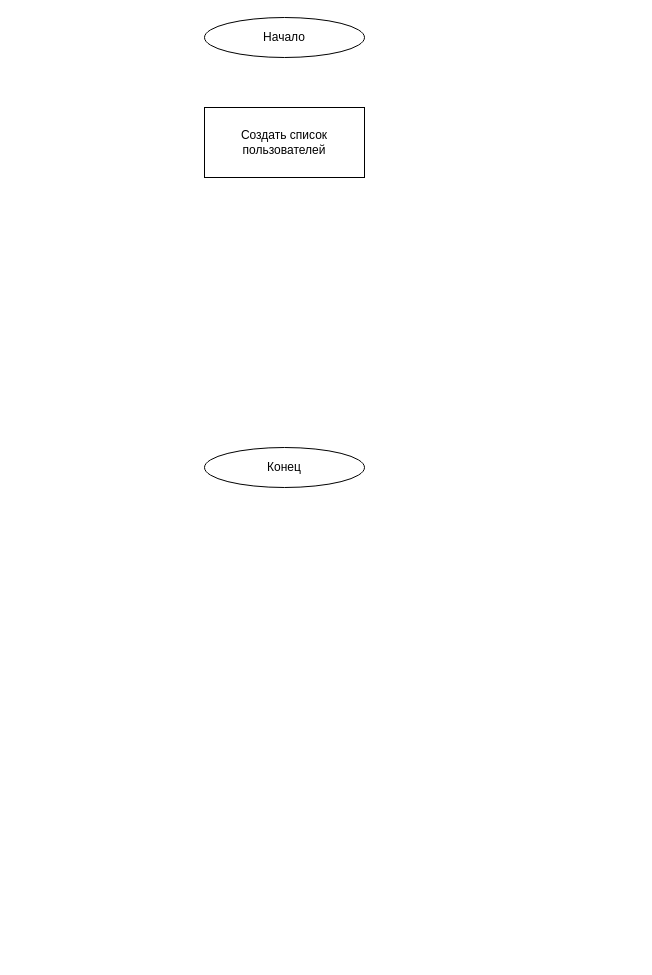
olgasenina/Unit12 keeps this draw.io diagram as Unit12/UserListDiagram.drawio. Above is the earlier version. Source tidied: cells renumbered, new cells numbered last; positions are measured from the earlier drawing's top-left corner, leaving out a move shared by most shapes. Both pictures are drawn from the tidied source at 100%, with x=0, y=0 at pixel (204, 17).
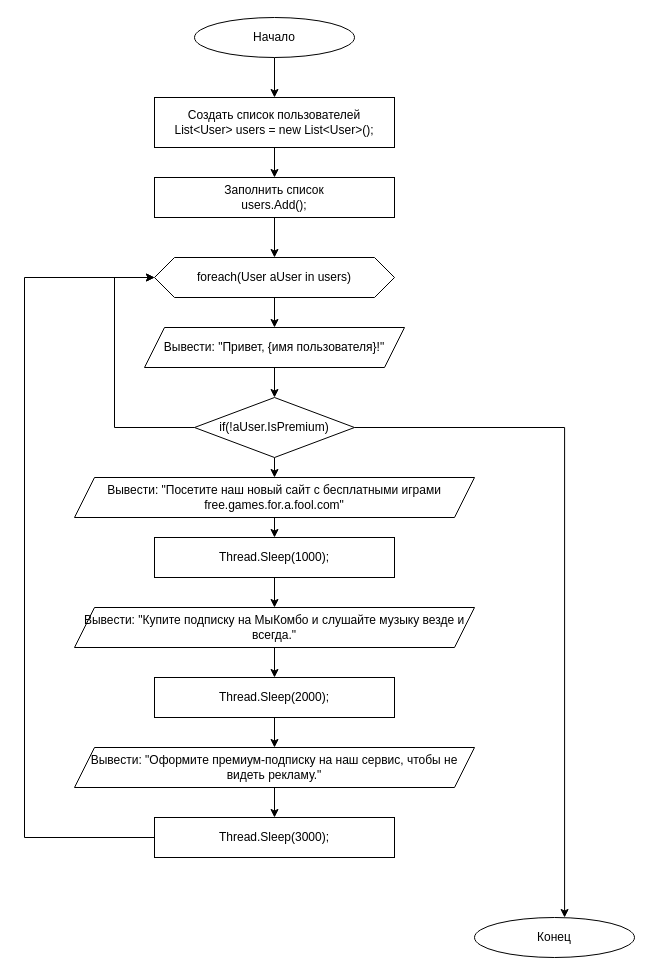
After the change.

The edit, as a diff of the source:
```diff
@@
+    <mxCell id="5" style="edgeStyle=orthogonalEdgeStyle;rounded=0;jettySize=auto;html=1;exitX=0.5;exitY=1;exitDx=0;exitDy=0;entryX=0.5;entryY=0;entryDx=0;entryDy=0;" parent="1" edge="1" source="2" target="4">
+      <mxGeometry relative="1" as="geometry" />
+    </mxCell>
     <mxCell id="2" value="Начало" style="ellipse;whiteSpace=wrap;html=1;" parent="1" vertex="1">
-      <mxGeometry width="160" height="40" as="geometry" />
+      <mxGeometry x="-10" width="160" height="40" as="geometry" />
     </mxCell>
     <mxCell id="3" value="Конец" style="ellipse;whiteSpace=wrap;html=1;" parent="1" vertex="1">
-      <mxGeometry y="430" width="160" height="40" as="geometry" />
+      <mxGeometry x="270" y="900" width="160" height="40" as="geometry" />
     </mxCell>
+    <mxCell id="6" style="edgeStyle=orthogonalEdgeStyle;rounded=0;jettySize=auto;html=1;exitX=0.5;exitY=1;exitDx=0;exitDy=0;entryX=0.5;entryY=0;entryDx=0;entryDy=0;" parent="1" edge="1" source="4" target="8">
+      <mxGeometry relative="1" as="geometry" />
+    </mxCell>
-    <mxCell id="4" value="Создать список пользователей" style="rounded=0;whiteSpace=wrap;html=1;" parent="1" vertex="1">
-      <mxGeometry y="90" width="160" height="70" as="geometry" />
+    <mxCell id="4" value="&lt;div&gt;Создать список пользователей&lt;/div&gt;&lt;div&gt;List&amp;lt;User&amp;gt; users = new List&amp;lt;User&amp;gt;();&lt;/div&gt;" style="rounded=0;whiteSpace=wrap;html=1;" parent="1" vertex="1">
+      <mxGeometry x="-50" y="80" width="240" height="50" as="geometry" />
     </mxCell>
+    <mxCell id="7" style="edgeStyle=orthogonalEdgeStyle;rounded=0;jettySize=auto;html=1;exitX=0.5;exitY=1;exitDx=0;exitDy=0;entryX=0.5;entryY=0;entryDx=0;entryDy=0;" parent="1" edge="1" source="8" target="10">
+      <mxGeometry relative="1" as="geometry" />
+    </mxCell>
+    <mxCell id="8" value="&lt;div&gt;Заполнить список&lt;/div&gt;&lt;div&gt;users.Add();&lt;/div&gt;" style="rounded=0;whiteSpace=wrap;html=1;" parent="1" vertex="1">
+      <mxGeometry x="-50" y="160" width="240" height="40" as="geometry" />
+    </mxCell>
+    <mxCell id="9" style="edgeStyle=orthogonalEdgeStyle;rounded=0;jettySize=auto;html=1;exitX=0.5;exitY=1;exitDx=0;exitDy=0;entryX=0.5;entryY=0;entryDx=0;entryDy=0;" parent="1" edge="1" source="10" target="11">
+      <mxGeometry relative="1" as="geometry" />
+    </mxCell>
+    <mxCell id="10" value="foreach(User aUser in users)" style="shape=hexagon;perimeter=hexagonPerimeter2;whiteSpace=wrap;html=1;fixedSize=1;" parent="1" vertex="1">
+      <mxGeometry x="-50" y="240" width="240" height="40" as="geometry" />
+    </mxCell>
+    <mxCell id="11" value="Вывести: &quot;Привет, {имя пользователя}!&quot;" style="shape=parallelogram;perimeter=parallelogramPerimeter;whiteSpace=wrap;html=1;fixedSize=1;" parent="1" vertex="1">
+      <mxGeometry x="-60" y="310" width="260" height="40" as="geometry" />
+    </mxCell>
+    <mxCell id="12" style="edgeStyle=orthogonalEdgeStyle;rounded=0;jettySize=auto;html=1;exitX=0.5;exitY=1;exitDx=0;exitDy=0;entryX=0.5;entryY=0;entryDx=0;entryDy=0;" parent="1" edge="1" source="15" target="24">
+      <mxGeometry relative="1" as="geometry" />
+    </mxCell>
+    <mxCell id="13" style="edgeStyle=orthogonalEdgeStyle;rounded=0;jettySize=auto;html=1;exitX=0;exitY=0.5;exitDx=0;exitDy=0;entryX=0;entryY=0.5;entryDx=0;entryDy=0;" parent="1" edge="1" source="15" target="10">
+      <mxGeometry relative="1" as="geometry">
+        <Array as="points">
+          <mxPoint x="-90" y="410" />
+          <mxPoint x="-90" y="260" />
+        </Array>
+      </mxGeometry>
+    </mxCell>
+    <mxCell id="14" style="edgeStyle=orthogonalEdgeStyle;rounded=0;jettySize=auto;html=1;exitX=1;exitY=0.5;exitDx=0;exitDy=0;entryX=0.563;entryY=0;entryDx=0;entryDy=0;entryPerimeter=0;" parent="1" edge="1" source="15" target="3">
+      <mxGeometry relative="1" as="geometry" />
+    </mxCell>
+    <mxCell id="15" value="if(!aUser.IsPremium)" style="rhombus;whiteSpace=wrap;html=1;" parent="1" vertex="1">
+      <mxGeometry x="-10" y="380" width="160" height="60" as="geometry" />
+    </mxCell>
+    <mxCell id="16" style="endArrow=classic;html=1;rounded=0;entryX=0.5;entryY=0;entryDx=0;entryDy=0;exitX=0.5;exitY=1;exitDx=0;exitDy=0;" parent="1" edge="1" source="11" target="15">
+      <mxGeometry relative="1" as="geometry" />
+    </mxCell>
+    <mxCell id="17" style="edgeStyle=orthogonalEdgeStyle;rounded=0;jettySize=auto;html=1;exitX=0.5;exitY=1;exitDx=0;exitDy=0;entryX=0.5;entryY=0;entryDx=0;entryDy=0;" parent="1" edge="1" source="18" target="26">
+      <mxGeometry relative="1" as="geometry" />
+    </mxCell>
+    <mxCell id="18" value="Thread.Sleep(1000);" style="rounded=0;whiteSpace=wrap;html=1;" parent="1" vertex="1">
+      <mxGeometry x="-50" y="520" width="240" height="40" as="geometry" />
+    </mxCell>
+    <mxCell id="19" style="edgeStyle=orthogonalEdgeStyle;rounded=0;jettySize=auto;html=1;exitX=0.5;exitY=1;exitDx=0;exitDy=0;entryX=0.5;entryY=0;entryDx=0;entryDy=0;" parent="1" edge="1" source="20" target="28">
+      <mxGeometry relative="1" as="geometry" />
+    </mxCell>
+    <mxCell id="20" value="Thread.Sleep(2000);" style="rounded=0;whiteSpace=wrap;html=1;" parent="1" vertex="1">
+      <mxGeometry x="-50" y="660" width="240" height="40" as="geometry" />
+    </mxCell>
+    <mxCell id="21" style="edgeStyle=orthogonalEdgeStyle;rounded=0;jettySize=auto;html=1;exitX=0;exitY=0.5;exitDx=0;exitDy=0;entryX=0;entryY=0.5;entryDx=0;entryDy=0;" parent="1" edge="1" source="22" target="10">
+      <mxGeometry relative="1" as="geometry">
+        <Array as="points">
+          <mxPoint x="-180" y="820" />
+          <mxPoint x="-180" y="260" />
+        </Array>
+      </mxGeometry>
+    </mxCell>
+    <mxCell id="22" value="Thread.Sleep(3000);" style="rounded=0;whiteSpace=wrap;html=1;" parent="1" vertex="1">
+      <mxGeometry x="-50" y="800" width="240" height="40" as="geometry" />
+    </mxCell>
+    <mxCell id="23" style="edgeStyle=orthogonalEdgeStyle;rounded=0;jettySize=auto;html=1;exitX=0.5;exitY=1;exitDx=0;exitDy=0;entryX=0.5;entryY=0;entryDx=0;entryDy=0;" parent="1" edge="1" source="24" target="18">
+      <mxGeometry relative="1" as="geometry" />
+    </mxCell>
+    <mxCell id="24" value="Вывести: &quot;Посетите наш новый сайт с бесплатными играми free.games.for.a.fool.com&quot;" style="shape=parallelogram;perimeter=parallelogramPerimeter;whiteSpace=wrap;html=1;fixedSize=1;" parent="1" vertex="1">
+      <mxGeometry x="-130" y="460" width="400" height="40" as="geometry" />
+    </mxCell>
+    <mxCell id="25" style="edgeStyle=orthogonalEdgeStyle;rounded=0;jettySize=auto;html=1;exitX=0.5;exitY=1;exitDx=0;exitDy=0;entryX=0.5;entryY=0;entryDx=0;entryDy=0;" parent="1" edge="1" source="26" target="20">
+      <mxGeometry relative="1" as="geometry" />
+    </mxCell>
+    <mxCell id="26" value="Вывести: &quot;Купите подписку на МыКомбо и слушайте музыку везде и всегда.&quot;" style="shape=parallelogram;perimeter=parallelogramPerimeter;whiteSpace=wrap;html=1;fixedSize=1;" parent="1" vertex="1">
+      <mxGeometry x="-130" y="590" width="400" height="40" as="geometry" />
+    </mxCell>
+    <mxCell id="27" style="edgeStyle=orthogonalEdgeStyle;rounded=0;jettySize=auto;html=1;exitX=0.5;exitY=1;exitDx=0;exitDy=0;entryX=0.5;entryY=0;entryDx=0;entryDy=0;" parent="1" edge="1" source="28" target="22">
+      <mxGeometry relative="1" as="geometry" />
+    </mxCell>
+    <mxCell id="28" value="Вывести: &quot;Оформите премиум-подписку на наш сервис, чтобы не видеть рекламу.&quot;" style="shape=parallelogram;perimeter=parallelogramPerimeter;whiteSpace=wrap;html=1;fixedSize=1;" parent="1" vertex="1">
+      <mxGeometry x="-130" y="730" width="400" height="40" as="geometry" />
+    </mxCell>
```
